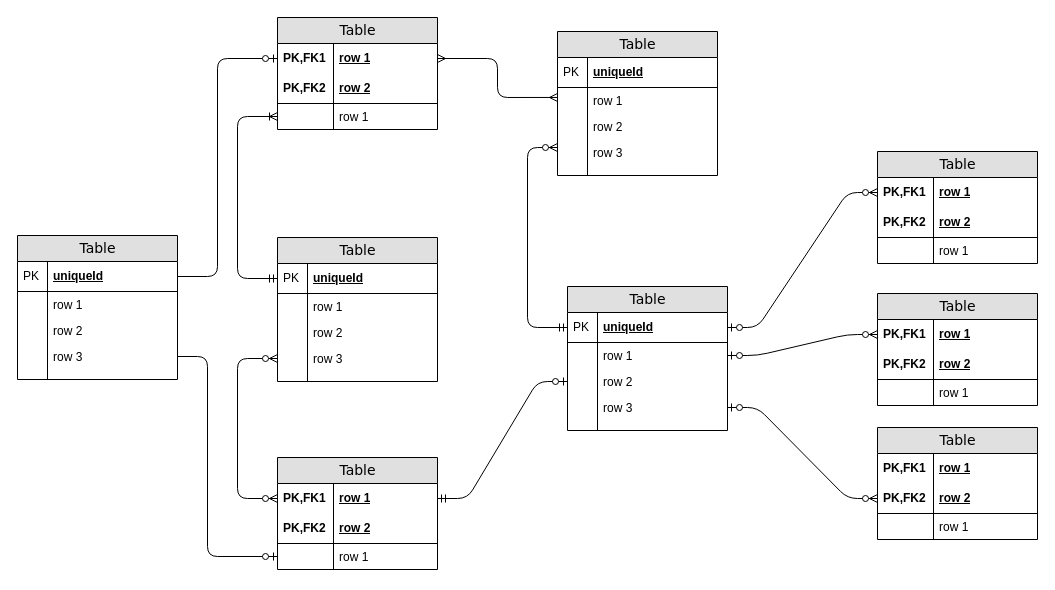
Before: solana.drawio in YuniqueUnic/drawioDiagrams, a draw.io diagram. Source tidied: cells renumbered, new cells numbered last; positions are measured from the earlier drawing's top-left corner, leaving out a move shared by most shapes. Both pictures are drawn from the tidied source at 100%, with x=0, y=0 at pixel (17, 17).
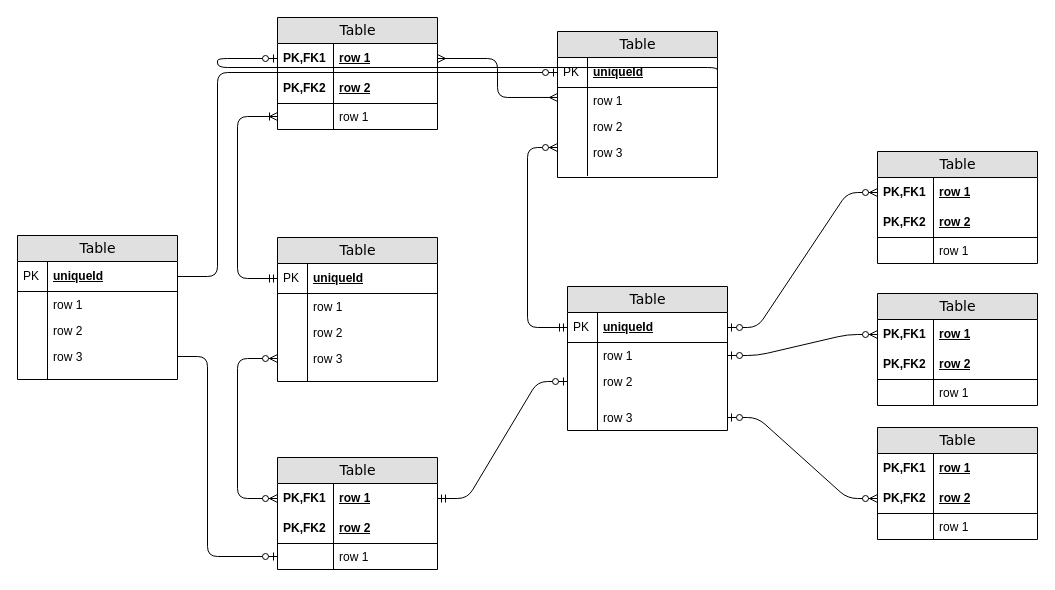
The same diagram, later.

Unchanged cells that the change refers to:
```xml
<mxCell id="3" value="row 1" style="shape=partialRectangle;top=0;left=0;right=0;bottom=0;html=1;align=left;verticalAlign=middle;fillColor=none;spacingLeft=60;spacingRight=4;whiteSpace=wrap;overflow=hidden;points=[[0,0.5],[1,0.5]];portConstraint=eastwest;fontStyle=5;" parent="2" vertex="1">
  <mxGeometry y="26" width="160" height="30" as="geometry" />
</mxCell>
<mxCell id="10" value="uniqueId" style="shape=partialRectangle;top=0;left=0;right=0;bottom=1;html=1;align=left;verticalAlign=middle;fillColor=none;spacingLeft=34;spacingRight=4;whiteSpace=wrap;overflow=hidden;points=[[0,0.5],[1,0.5]];portConstraint=eastwest;fontStyle=5;" parent="9" vertex="1">
  <mxGeometry y="26" width="160" height="30" as="geometry" />
</mxCell>
<mxCell id="31" value="Table" style="swimlane;html=1;fontStyle=0;horizontal=1;startSize=26;fillColor=#e0e0e0;swimlaneFillColor=#ffffff;align=center;rounded=0;shadow=0;comic=0;labelBackgroundColor=none;strokeWidth=1;fontFamily=Verdana;fontSize=14;" parent="1" vertex="1">
  <mxGeometry x="550" y="269" width="160" height="144" as="geometry" />
</mxCell>
<mxCell id="79" value="uniqueId" style="shape=partialRectangle;top=0;left=0;right=0;bottom=1;html=1;align=left;verticalAlign=middle;fillColor=none;spacingLeft=34;spacingRight=4;whiteSpace=wrap;overflow=hidden;points=[[0,0.5],[1,0.5]];portConstraint=eastwest;fontStyle=5;" parent="78" vertex="1">
  <mxGeometry y="26" width="160" height="30" as="geometry" />
</mxCell>
```

Diff of the diagram source:
```diff
@@
     <mxCell id="9" value="Table" style="swimlane;html=1;fontStyle=0;horizontal=1;startSize=26;fillColor=#e0e0e0;swimlaneFillColor=#ffffff;align=center;rounded=0;shadow=0;comic=0;labelBackgroundColor=none;strokeWidth=1;fontFamily=Verdana;fontSize=14;swimlaneLine=1;" parent="1" vertex="1">
-      <mxGeometry x="540" y="14" width="160" height="144" as="geometry" />
+      <mxGeometry x="540" y="14" width="160" height="146" as="geometry" />
     </mxCell>
@@
+    <mxCell id="40" style="shape=partialRectangle;top=0;left=0;right=0;bottom=0;html=1;align=left;verticalAlign=top;fillColor=none;spacingLeft=34;spacingRight=4;whiteSpace=wrap;overflow=hidden;" parent="31" vertex="1">
+      <mxGeometry y="108" width="160" height="10" as="geometry" />
+    </mxCell>
+    <mxCell id="41" style="shape=partialRectangle;top=0;left=0;bottom=0;html=1;fillColor=none;align=left;verticalAlign=top;spacingLeft=4;spacingRight=4;whiteSpace=wrap;overflow=hidden;" parent="40" vertex="1">
+      <mxGeometry width="30" height="10" as="geometry" />
+    </mxCell>
     <mxCell id="38" value="row 3" style="shape=partialRectangle;top=0;left=0;right=0;bottom=0;html=1;align=left;verticalAlign=top;fillColor=none;spacingLeft=34;spacingRight=4;whiteSpace=wrap;overflow=hidden;points=[[0,0.5],[1,0.5]];portConstraint=eastwest;" parent="31" vertex="1">
-      <mxGeometry y="108" width="160" height="26" as="geometry" />
+      <mxGeometry y="118" width="160" height="26" as="geometry" />
     </mxCell>
@@
-    <mxCell id="40" style="shape=partialRectangle;top=0;left=0;right=0;bottom=0;html=1;align=left;verticalAlign=top;fillColor=none;spacingLeft=34;spacingRight=4;whiteSpace=wrap;overflow=hidden;" parent="31" vertex="1">
-      <mxGeometry y="134" width="160" height="10" as="geometry" />
-    </mxCell>
-    <mxCell id="41" style="shape=partialRectangle;top=0;left=0;bottom=0;html=1;fillColor=none;align=left;verticalAlign=top;spacingLeft=4;spacingRight=4;whiteSpace=wrap;overflow=hidden;" parent="40" vertex="1">
-      <mxGeometry width="30" height="10" as="geometry" />
-    </mxCell>
@@
-    <mxCell id="89" style="edgeStyle=orthogonalEdgeStyle;html=1;endArrow=ERzeroToOne;endFill=1;labelBackgroundColor=none;fontFamily=Verdana;fontSize=14;entryX=0;entryY=0.5;exitX=1;exitY=0.5;" parent="1" edge="1" source="79" target="3">
+    <mxCell id="89" style="edgeStyle=orthogonalEdgeStyle;html=1;endArrow=ERzeroToOne;endFill=1;labelBackgroundColor=none;fontFamily=Verdana;fontSize=14;entryX=0;entryY=0.5;exitX=1;exitY=0.5;" parent="1" edge="1" source="10" target="3">
       <mxGeometry relative="1" as="geometry">
         <Array as="points">
-          <mxPoint x="200" y="259" />
+          <mxPoint x="700" y="50" />
+          <mxPoint x="200" y="50" />
           <mxPoint x="200" y="41" />
         </Array>
       </mxGeometry>
     </mxCell>
@@
+    <mxCell id="91" style="edgeStyle=orthogonalEdgeStyle;html=1;endArrow=ERzeroToOne;endFill=1;labelBackgroundColor=none;fontFamily=Verdana;fontSize=14;entryX=0;entryY=0.5;exitX=1;exitY=0.5;" parent="1" edge="1" source="79" target="10">
+      <mxGeometry relative="1" as="geometry">
+        <Array as="points">
+          <mxPoint x="200" y="259" />
+        </Array>
+      </mxGeometry>
+    </mxCell>
```
